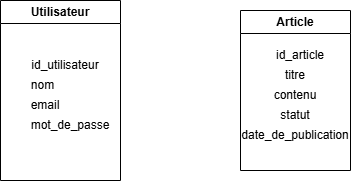
Above: MCD.png in Guilyane/DWWM-blog (draw.io), before the change. Source tidied: cells renumbered, new cells last; positions are measured from the earlier drawing's top-left corner, leaving out a move shared by most shapes.
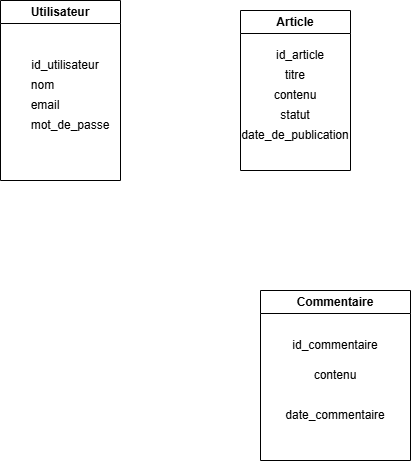
The same diagram one commit later.

Diff of the diagram source:
```diff
@@ -35,5 +35,17 @@
     <mxCell id="12" value="date_de_publication" style="text;html=1;whiteSpace=wrap;strokeColor=none;fillColor=none;align=center;verticalAlign=middle;rounded=0;" parent="7" vertex="1">
       <mxGeometry x="25" y="110" width="60" height="30" as="geometry" />
     </mxCell>
+    <mxCell id="13" value="Commentaire" style="swimlane;whiteSpace=wrap;html=1;" parent="1" vertex="1">
+      <mxGeometry x="260" y="290" width="150" height="170" as="geometry" />
+    </mxCell>
+    <mxCell id="14" value="contenu" style="text;html=1;whiteSpace=wrap;strokeColor=none;fillColor=none;align=center;verticalAlign=middle;rounded=0;" parent="13" vertex="1">
+      <mxGeometry x="45" y="70" width="60" height="30" as="geometry" />
+    </mxCell>
+    <mxCell id="15" value="date_commentaire" style="text;html=1;whiteSpace=wrap;strokeColor=none;fillColor=none;align=center;verticalAlign=middle;rounded=0;" parent="13" vertex="1">
+      <mxGeometry x="45" y="110" width="60" height="30" as="geometry" />
+    </mxCell>
+    <mxCell id="16" value="id_commentaire" style="text;html=1;whiteSpace=wrap;strokeColor=none;fillColor=none;align=center;verticalAlign=middle;rounded=0;" parent="13" vertex="1">
+      <mxGeometry x="45" y="40" width="60" height="30" as="geometry" />
+    </mxCell>
   </root>
 </mxGraphModel>
```
